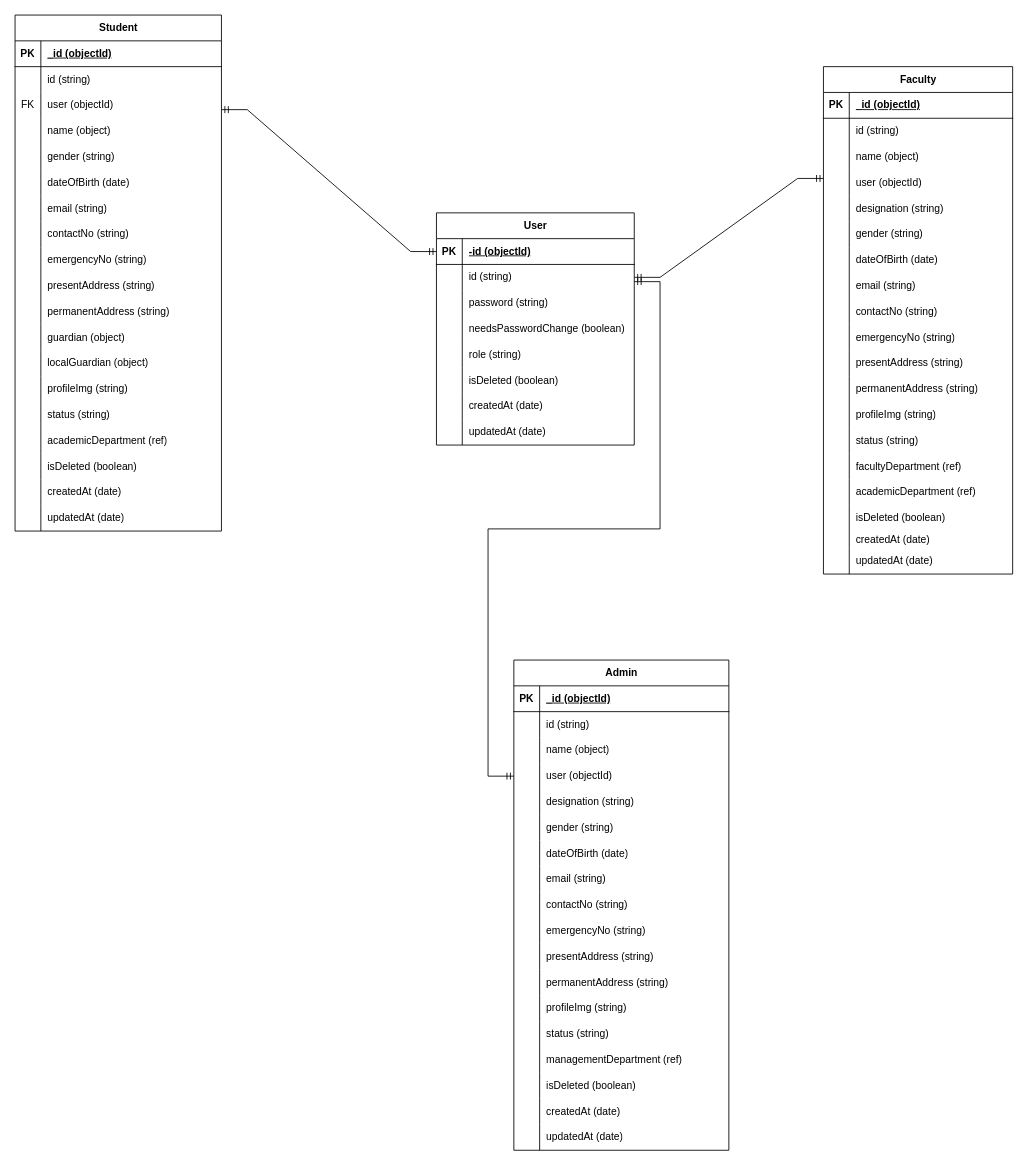
Earlier version of the draw.io diagram erd.drawio (HayatEmraan/university-of-village). Source tidied: cells renumbered, new cells numbered last; positions are measured from the earlier drawing's top-left corner, leaving out a move shared by most shapes. Both pictures are drawn from the tidied source at 86%, with x=0, y=0 at pixel (15, 15).
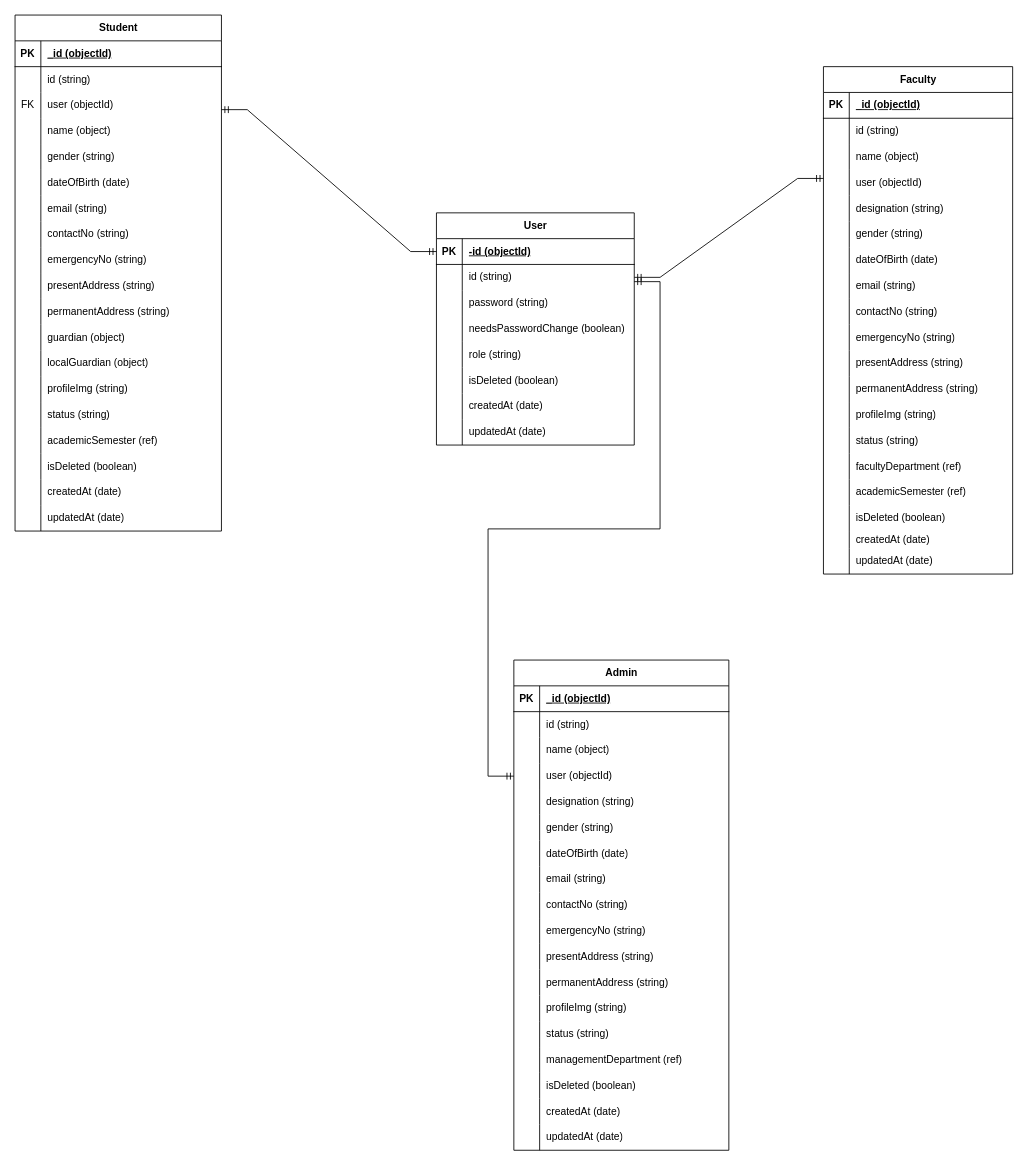
Above is the later version.

The change refers to these unchanged cells:
```xml
<mxCell id="48" style="shape=tableRow;horizontal=0;startSize=0;swimlaneHead=0;swimlaneBody=0;fillColor=none;top=0;left=0;right=0;bottom=0;" parent="2" vertex="1">
  <mxGeometry y="480" width="240" height="30" as="geometry" />
</mxCell>
<mxCell id="106" style="shape=tableRow;horizontal=0;startSize=0;swimlaneHead=0;swimlaneBody=0;fillColor=none;top=0;left=0;right=0;bottom=0;" parent="60" vertex="1">
  <mxGeometry y="480" width="220" height="30" as="geometry" />
</mxCell>
```

What changed in the source:
```diff
@@
-    <mxCell id="50" value="academicDepartment (ref)" style="shape=partialRectangle;fillColor=none;top=0;left=0;bottom=0;right=0;align=left;spacingLeft=6;overflow=hidden;whiteSpace=wrap;html=1;" parent="48" vertex="1">
+    <mxCell id="50" value="academicSemester (ref)" style="shape=partialRectangle;fillColor=none;top=0;left=0;bottom=0;right=0;align=left;spacingLeft=6;overflow=hidden;whiteSpace=wrap;html=1;" parent="48" vertex="1">
       <mxGeometry x="30" width="210" height="30" as="geometry" />
     </mxCell>
@@
-    <mxCell id="108" value="academicDepartment (ref)" style="shape=partialRectangle;fillColor=none;top=0;left=0;bottom=0;right=0;align=left;spacingLeft=6;overflow=hidden;whiteSpace=wrap;html=1;" parent="106" vertex="1">
+    <mxCell id="108" value="academicSemester (ref)" style="shape=partialRectangle;fillColor=none;top=0;left=0;bottom=0;right=0;align=left;spacingLeft=6;overflow=hidden;whiteSpace=wrap;html=1;" parent="106" vertex="1">
       <mxGeometry x="30" width="190" height="30" as="geometry" />
     </mxCell>
```
